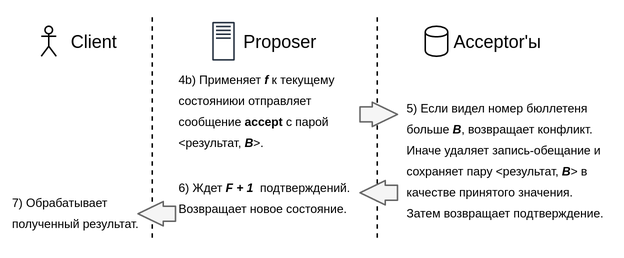
Earlier version of the draw.io export 2020-ru-consensus-algorithms-and-nodejs/slides/images/caspaxos-phase-2.png (puzpuzpuz/talks). Source tidied: cells renumbered, new cells last; positions are measured from the earlier drawing's top-left corner, leaving out a move shared by most shapes. Source of this version:
```xml
<mxGraphModel>
  <root>
    <mxCell id="0" />
    <mxCell id="1" parent="0" />
    <mxCell id="2" value="Client" style="text;html=1;align=center;verticalAlign=middle;" parent="1" vertex="1">
      <mxGeometry x="29" y="9" width="50" height="20" as="geometry" />
    </mxCell>
    <mxCell id="3" value="Proposer" style="text;html=1;align=center;verticalAlign=middle;" parent="1" vertex="1">
      <mxGeometry x="148" y="9" width="60" height="20" as="geometry" />
    </mxCell>
    <mxCell id="4" value="Acceptor'ы" style="text;html=1;align=center;verticalAlign=middle;" parent="1" vertex="1">
      <mxGeometry x="288" y="9" width="70" height="20" as="geometry" />
    </mxCell>
    <mxCell id="5" style="shape=umlActor;verticalLabelPosition=bottom;labelBackgroundColor=#ffffff;verticalAlign=top;html=1;fontSize=12;" parent="1" vertex="1">
      <mxGeometry x="19" y="9" width="10" height="20" as="geometry" />
    </mxCell>
    <mxCell id="6" style="shape=cylinder;html=1;boundedLbl=1;backgroundOutline=1;fontSize=12;labelPosition=center;verticalLabelPosition=bottom;align=center;verticalAlign=top;" parent="1" vertex="1">
      <mxGeometry x="275" y="9" width="15" height="20" as="geometry" />
    </mxCell>
    <mxCell id="7" style="fontColor=#232F3E;gradientColor=none;fillColor=#232F3E;strokeColor=none;dashed=0;verticalLabelPosition=bottom;verticalAlign=top;align=center;html=1;fontSize=12;fontStyle=0;shape=mxgraph.aws4.traditional_server;" parent="1" vertex="1">
      <mxGeometry x="133" y="6" width="15" height="26" as="geometry" />
    </mxCell>
    <mxCell id="8" style="endArrow=none;dashed=1;html=1;" parent="1" edge="1">
      <mxGeometry relative="1" as="geometry">
        <mxPoint x="93" y="150" as="sourcePoint" />
        <mxPoint x="93" as="targetPoint" />
      </mxGeometry>
    </mxCell>
    <mxCell id="9" style="endArrow=none;dashed=1;html=1;" parent="1" edge="1">
      <mxGeometry relative="1" as="geometry">
        <mxPoint x="243" y="150" as="sourcePoint" />
        <mxPoint x="243" as="targetPoint" />
      </mxGeometry>
    </mxCell>
    <mxCell id="10" value="&lt;font style=&quot;font-size: 8px&quot;&gt;4b) Применяет&amp;nbsp;&lt;i&gt;&lt;b&gt;f&lt;/b&gt;&lt;/i&gt;&amp;nbsp;к текущему состояниюи отправляет сообщение&amp;nbsp;&lt;b&gt;accept&amp;nbsp;&lt;/b&gt;с парой &amp;lt;результат, &lt;i&gt;&lt;b&gt;B&lt;/b&gt;&lt;/i&gt;&amp;gt;.&lt;/font&gt;" style="text;html=1;strokeColor=none;fillColor=none;align=left;verticalAlign=top;whiteSpace=wrap;rounded=0;labelPosition=center;verticalLabelPosition=middle;spacing=0;spacingTop=0;" parent="1" vertex="1">
      <mxGeometry x="111" y="32" width="120" height="30" as="geometry" />
    </mxCell>
    <mxCell id="11" value="&lt;font style=&quot;font-size: 8px&quot;&gt;5) Если видел номер бюллетеня больше&amp;nbsp;&lt;/font&gt;&lt;span style=&quot;font-size: 8px&quot;&gt;&lt;b style=&quot;font-style: italic&quot;&gt;B&lt;/b&gt;, возвращает конфликт.&lt;br&gt;Иначе удаляет запись-обещание и сохраняет пару&amp;nbsp;&lt;/span&gt;&lt;span style=&quot;font-size: 8px&quot;&gt;&amp;lt;результат,&amp;nbsp;&lt;/span&gt;&lt;i style=&quot;font-size: 8px&quot;&gt;&lt;b&gt;B&lt;/b&gt;&lt;/i&gt;&lt;span style=&quot;font-size: 8px&quot;&gt;&amp;gt; в качестве принятого значения. Затем возвращает подтверждение.&lt;/span&gt;&lt;span style=&quot;font-size: 8px&quot;&gt;&lt;br&gt;&lt;/span&gt;" style="text;html=1;strokeColor=none;fillColor=none;align=left;verticalAlign=top;whiteSpace=wrap;rounded=0;labelPosition=center;verticalLabelPosition=middle;spacing=0;spacingTop=0;" parent="1" vertex="1">
      <mxGeometry x="263" y="51" width="130" height="89" as="geometry" />
    </mxCell>
    <mxCell id="12" value="&lt;font style=&quot;font-size: 8px&quot;&gt;6) Ждет&amp;nbsp;&lt;b style=&quot;font-style: italic&quot;&gt;F + 1&amp;nbsp;&lt;/b&gt;&amp;nbsp;подтверждений.&lt;br&gt;Возвращает новое состояние.&lt;br&gt;&lt;/font&gt;" style="text;html=1;strokeColor=none;fillColor=none;align=left;verticalAlign=top;whiteSpace=wrap;rounded=0;labelPosition=center;verticalLabelPosition=middle;spacing=0;spacingTop=0;" parent="1" vertex="1">
      <mxGeometry x="111" y="104" width="120" height="30" as="geometry" />
    </mxCell>
    <mxCell id="13" value="&lt;font style=&quot;font-size: 8px&quot;&gt;7) Обрабатывает полученный результат.&lt;/font&gt;" style="text;html=1;strokeColor=none;fillColor=none;align=left;verticalAlign=middle;whiteSpace=wrap;rounded=0;spacing=0;spacingTop=0;" parent="1" vertex="1">
      <mxGeometry y="122" width="90" height="20" as="geometry" />
    </mxCell>
    <mxCell id="14" style="shape=flexArrow;endArrow=classic;html=1;endWidth=5.238095238095238;endSize=5.285714285714286;fillColor=#f5f5f5;strokeColor=#666666;" parent="1" edge="1">
      <mxGeometry relative="1" as="geometry">
        <mxPoint x="231" y="67.8" as="sourcePoint" />
        <mxPoint x="257" y="67.8" as="targetPoint" />
      </mxGeometry>
    </mxCell>
    <mxCell id="15" style="shape=flexArrow;endArrow=classic;html=1;endWidth=5.238095238095238;endSize=5.285714285714286;fillColor=#f5f5f5;strokeColor=#666666;" parent="1" edge="1">
      <mxGeometry relative="1" as="geometry">
        <mxPoint x="257" y="120" as="sourcePoint" />
        <mxPoint x="231" y="120" as="targetPoint" />
      </mxGeometry>
    </mxCell>
    <mxCell id="16" style="shape=flexArrow;endArrow=classic;html=1;endWidth=5.238095238095238;endSize=5.285714285714286;fillColor=#f5f5f5;strokeColor=#666666;" parent="1" edge="1">
      <mxGeometry relative="1" as="geometry">
        <mxPoint x="109" y="134" as="sourcePoint" />
        <mxPoint x="83" y="134" as="targetPoint" />
      </mxGeometry>
    </mxCell>
  </root>
</mxGraphModel>
```
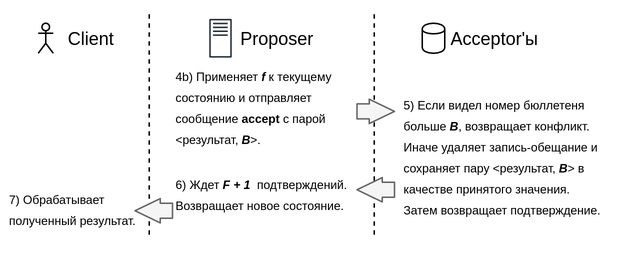
After the commit.

The edit, as a diff of the source:
```diff
@@ -32,7 +32,7 @@
         <mxPoint x="243" as="targetPoint" />
       </mxGeometry>
     </mxCell>
-    <mxCell id="10" value="&lt;font style=&quot;font-size: 8px&quot;&gt;4b) Применяет&amp;nbsp;&lt;i&gt;&lt;b&gt;f&lt;/b&gt;&lt;/i&gt;&amp;nbsp;к текущему состояниюи отправляет сообщение&amp;nbsp;&lt;b&gt;accept&amp;nbsp;&lt;/b&gt;с парой &amp;lt;результат, &lt;i&gt;&lt;b&gt;B&lt;/b&gt;&lt;/i&gt;&amp;gt;.&lt;/font&gt;" style="text;html=1;strokeColor=none;fillColor=none;align=left;verticalAlign=top;whiteSpace=wrap;rounded=0;labelPosition=center;verticalLabelPosition=middle;spacing=0;spacingTop=0;" parent="1" vertex="1">
+    <mxCell id="10" value="&lt;font style=&quot;font-size: 8px&quot;&gt;4b) Применяет&amp;nbsp;&lt;i&gt;&lt;b&gt;f&lt;/b&gt;&lt;/i&gt;&amp;nbsp;к текущему состоянию и отправляет сообщение&amp;nbsp;&lt;b&gt;accept&amp;nbsp;&lt;/b&gt;с парой &amp;lt;результат, &lt;i&gt;&lt;b&gt;B&lt;/b&gt;&lt;/i&gt;&amp;gt;.&lt;/font&gt;" style="text;html=1;strokeColor=none;fillColor=none;align=left;verticalAlign=top;whiteSpace=wrap;rounded=0;labelPosition=center;verticalLabelPosition=middle;spacing=0;spacingTop=0;" parent="1" vertex="1">
       <mxGeometry x="111" y="32" width="120" height="30" as="geometry" />
     </mxCell>
     <mxCell id="11" value="&lt;font style=&quot;font-size: 8px&quot;&gt;5) Если видел номер бюллетеня больше&amp;nbsp;&lt;/font&gt;&lt;span style=&quot;font-size: 8px&quot;&gt;&lt;b style=&quot;font-style: italic&quot;&gt;B&lt;/b&gt;, возвращает конфликт.&lt;br&gt;Иначе удаляет запись-обещание и сохраняет пару&amp;nbsp;&lt;/span&gt;&lt;span style=&quot;font-size: 8px&quot;&gt;&amp;lt;результат,&amp;nbsp;&lt;/span&gt;&lt;i style=&quot;font-size: 8px&quot;&gt;&lt;b&gt;B&lt;/b&gt;&lt;/i&gt;&lt;span style=&quot;font-size: 8px&quot;&gt;&amp;gt; в качестве принятого значения. Затем возвращает подтверждение.&lt;/span&gt;&lt;span style=&quot;font-size: 8px&quot;&gt;&lt;br&gt;&lt;/span&gt;" style="text;html=1;strokeColor=none;fillColor=none;align=left;verticalAlign=top;whiteSpace=wrap;rounded=0;labelPosition=center;verticalLabelPosition=middle;spacing=0;spacingTop=0;" parent="1" vertex="1">
```
